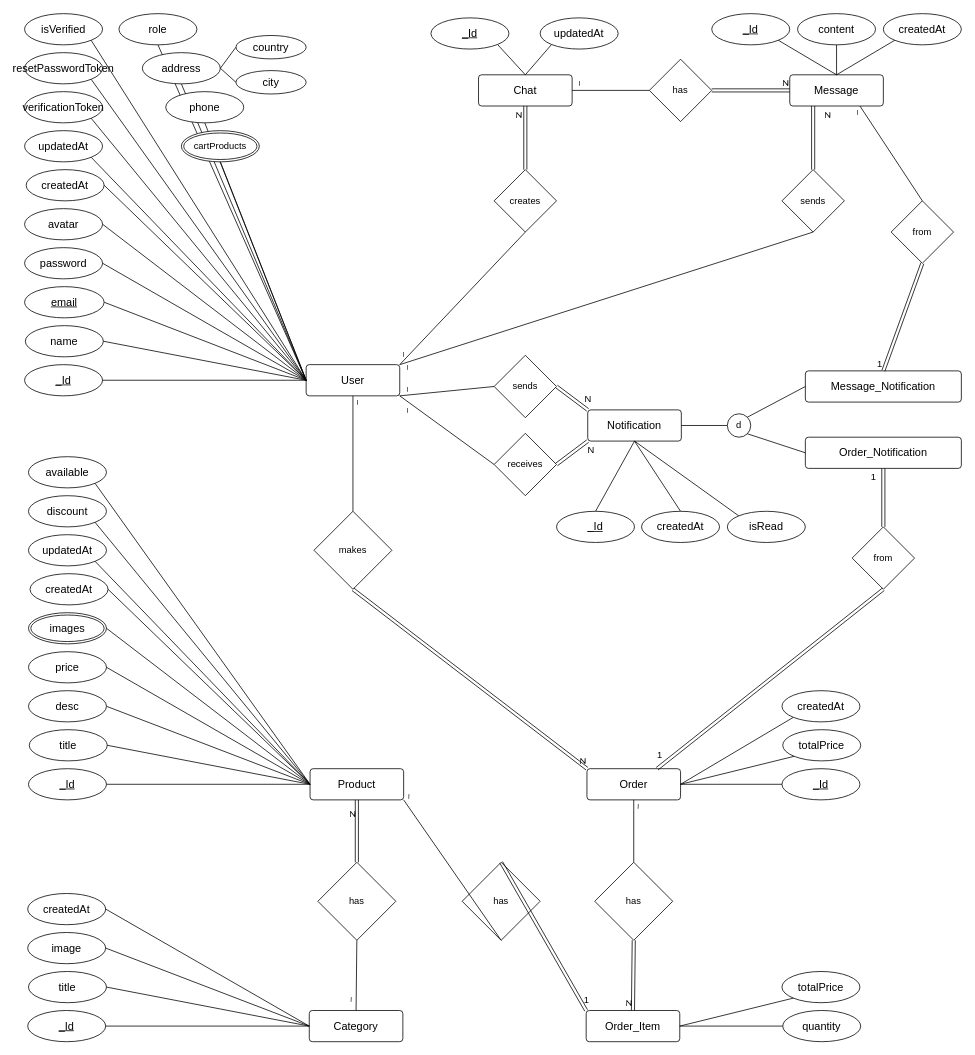
This is page "NestMart_ERD" (1 of 2) of docs/NestMart.drawio from ShirefMohammed/NestMart, a draw.io file, before an edit. Source tidied: cells renumbered, new cells numbered last; positions are measured from the earlier drawing's top-left corner, leaving out a move shared by most shapes. Both pictures are drawn from the tidied source at 78%, with x=0, y=0 at pixel (24, 13).
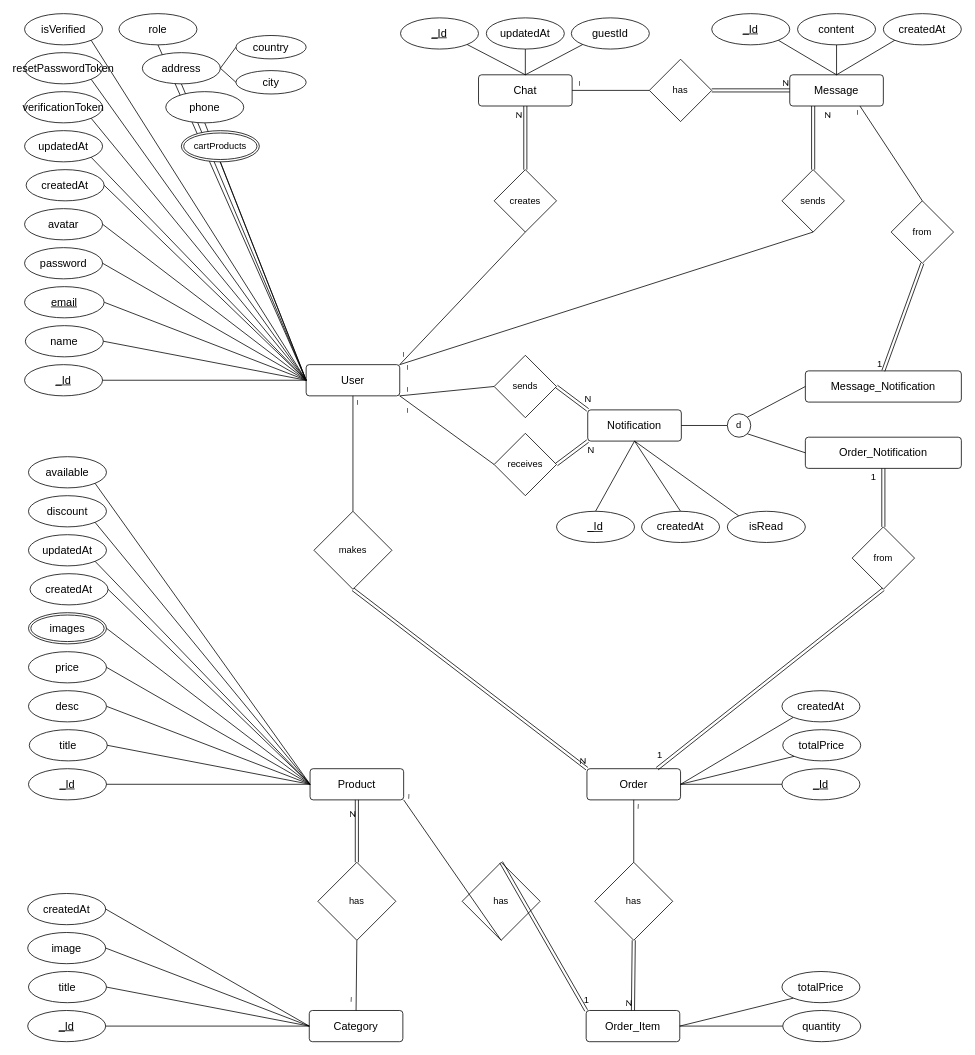
Above is the later version.

The change refers to these unchanged cells:
```xml
<mxCell id="92" value="Chat" style="rounded=1;arcSize=10;whiteSpace=wrap;html=1;align=center;fontFamily=cascadia code;fontSize=14;" parent="1" vertex="1">
  <mxGeometry x="582" y="78.4" width="120" height="40" as="geometry" />
</mxCell>
```

What changed in the source:
```diff
@@
     <mxCell id="93" value="_Id" style="ellipse;whiteSpace=wrap;html=1;align=center;fontStyle=4;fontSize=14;" parent="1" vertex="1">
-      <mxGeometry x="521" y="5.4" width="100" height="40" as="geometry" />
+      <mxGeometry x="482" y="5.4" width="100" height="40" as="geometry" />
     </mxCell>
@@
     <mxCell id="95" value="updatedAt" style="ellipse;whiteSpace=wrap;html=1;align=center;fontFamily=cascadia code;fontSize=14;" parent="1" vertex="1">
-      <mxGeometry x="661" y="5.4" width="100" height="40" as="geometry" />
+      <mxGeometry x="592" y="5.4" width="100" height="40" as="geometry" />
     </mxCell>
-    <mxCell id="96" style="endArrow=none;html=1;rounded=0;fontFamily=cascadia code;fontSize=14;entryX=0;entryY=1;entryDx=0;entryDy=0;exitX=0.5;exitY=0;exitDx=0;exitDy=0;" parent="1" edge="1" source="92" target="95">
+    <mxCell id="96" style="endArrow=none;html=1;rounded=0;fontFamily=cascadia code;fontSize=14;entryX=0.5;entryY=1;entryDx=0;entryDy=0;exitX=0.5;exitY=0;exitDx=0;exitDy=0;" parent="1" edge="1" source="92" target="95">
       <mxGeometry relative="1" as="geometry" />
     </mxCell>
@@
+    <mxCell id="155" value="guestId" style="ellipse;whiteSpace=wrap;html=1;align=center;fontFamily=cascadia code;fontSize=14;" parent="1" vertex="1">
+      <mxGeometry x="701" y="5.4" width="100" height="40" as="geometry" />
+    </mxCell>
+    <mxCell id="156" style="endArrow=none;html=1;rounded=0;fontFamily=cascadia code;fontSize=14;entryX=0;entryY=1;entryDx=0;entryDy=0;exitX=0.5;exitY=0;exitDx=0;exitDy=0;" parent="1" edge="1" source="92" target="155">
+      <mxGeometry relative="1" as="geometry" />
+    </mxCell>
```
